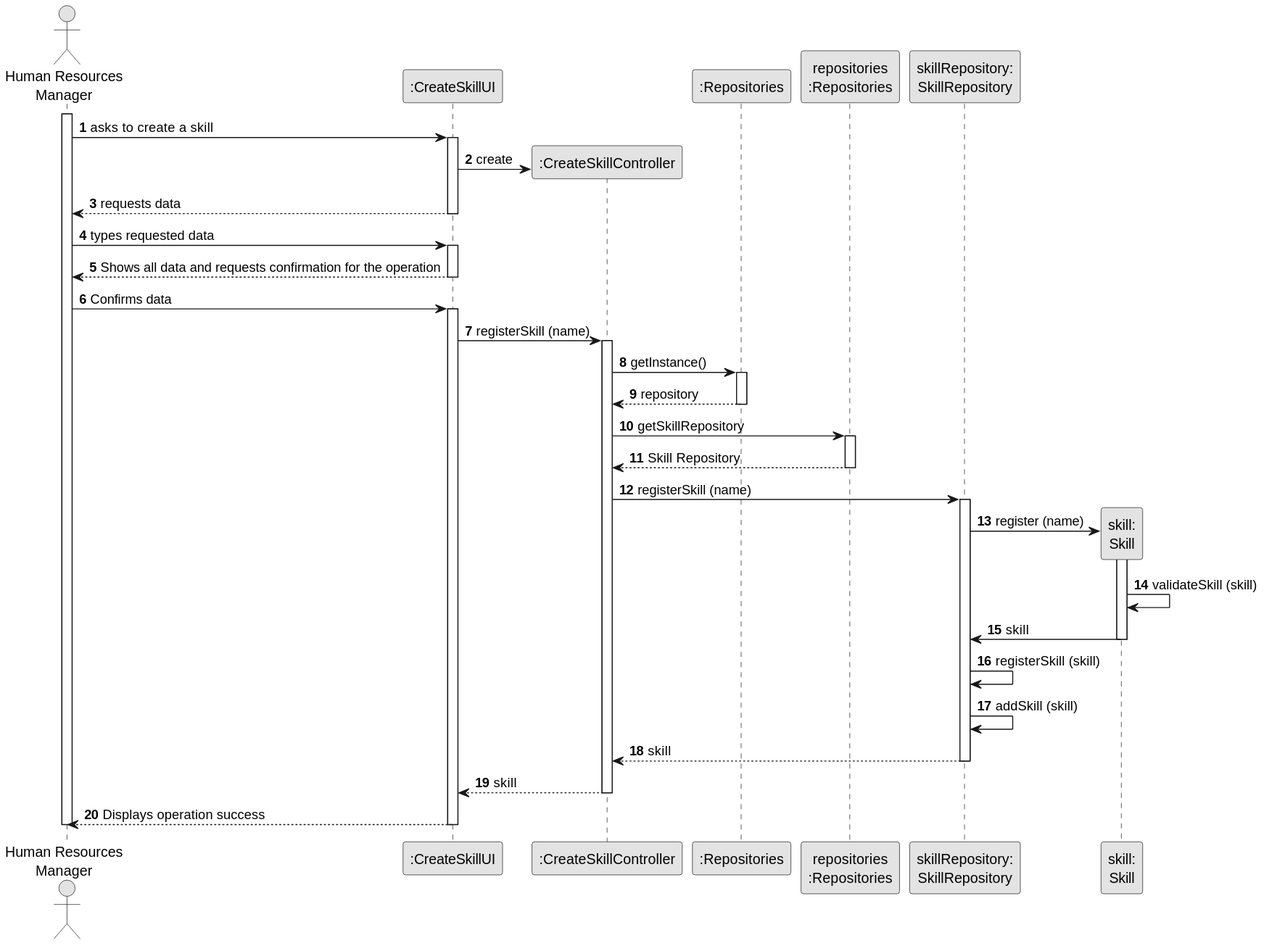
Earlier version of the PlantUML export docs/sprintA&B&C/us001/03.design/svg/us001-sequence-diagram-full.svg (daniel41silva05/ISEP_2023_2024_LAPR2).
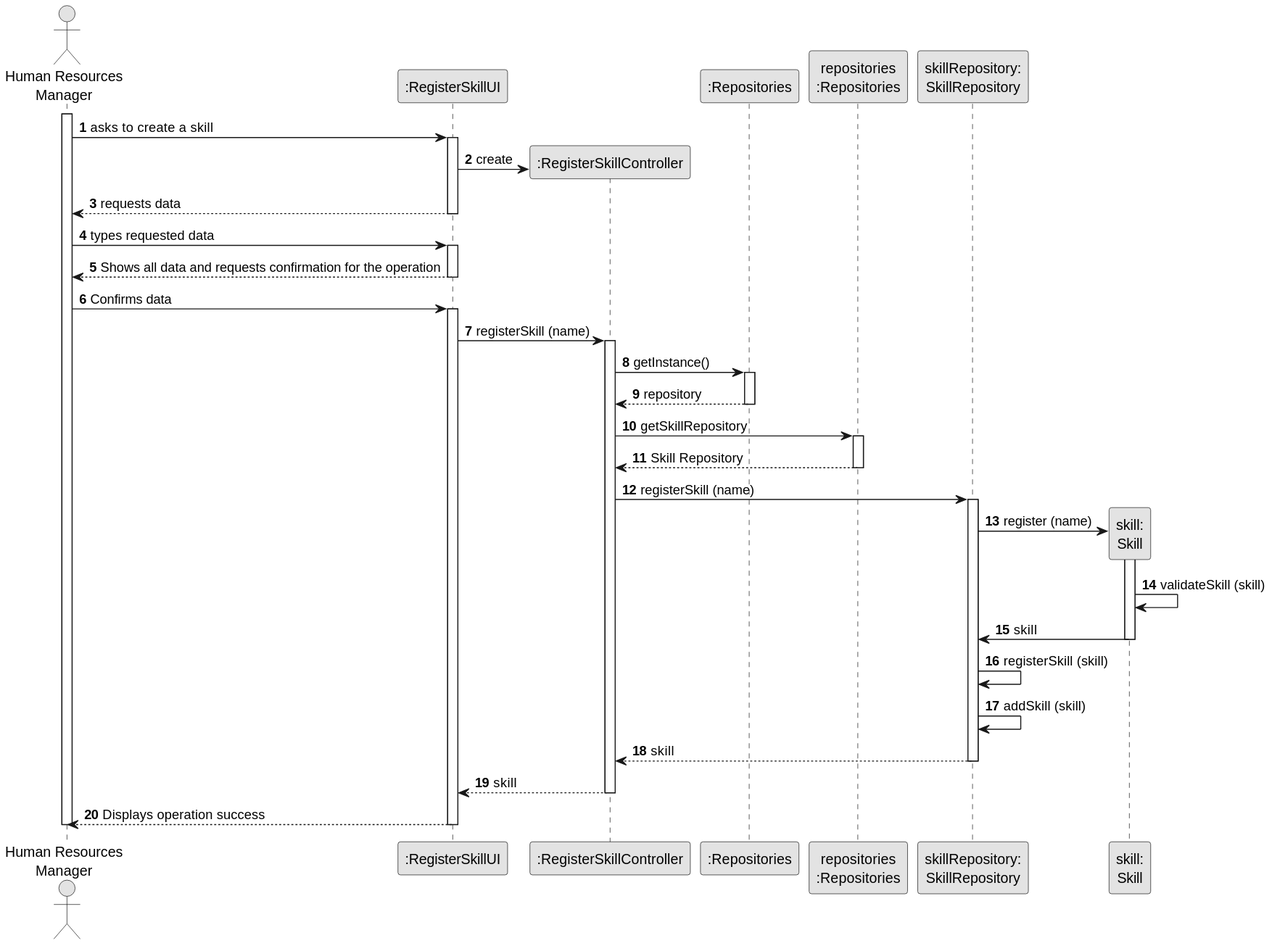
After the change.

The edit, as a diff of the source:
```diff
@@ -6,8 +6,8 @@
 autonumber
 
 actor "Human Resources\nManager" as HRM
-participant ":CreateSkillUI" as UI
-participant ":CreateSkillController" as CTRL
+participant ":RegisterSkillUI" as UI
+participant ":RegisterSkillController" as CTRL
 participant ":Repositories" as REP
 participant "repositories\n:Repositories" as REPS
 participant "skillRepository:\nSkillRepository" as SkillREP
```
